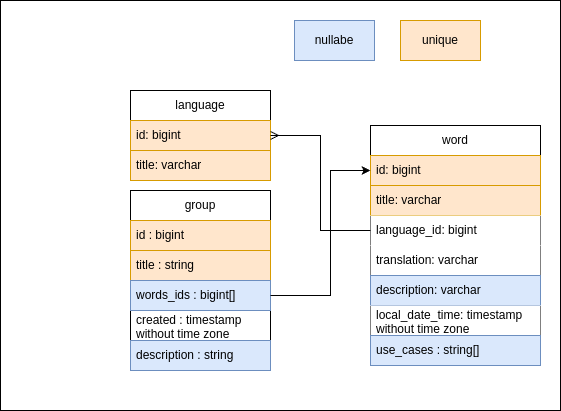
Before: docs/backend/Database_schema.drawio.png, a diagram exported from draw.io (architect-711/words-app). Source tidied: cells renumbered, new cells last; positions are measured from the earlier drawing's top-left corner, leaving out a move shared by most shapes. Its diagram source:
```xml
<mxGraphModel>
  <root>
    <mxCell id="0" />
    <mxCell id="1" parent="0" />
    <mxCell id="2" style="rounded=0;whiteSpace=wrap;html=1;" parent="1" vertex="1">
      <mxGeometry width="560" height="410" as="geometry" />
    </mxCell>
    <mxCell id="3" value="word" style="swimlane;fontStyle=0;horizontal=1;startSize=30;whiteSpace=wrap;html=1;" parent="1" vertex="1">
      <mxGeometry x="370" y="125" width="170" height="240" as="geometry" />
    </mxCell>
    <mxCell id="4" value="id: bigint" style="text;strokeColor=#d79b00;fillColor=#ffe6cc;align=left;verticalAlign=middle;spacingLeft=4;spacingRight=4;overflow=hidden;points=[[0,0.5],[1,0.5]];portConstraint=eastwest;whiteSpace=wrap;html=1;" parent="3" vertex="1">
      <mxGeometry y="30" width="170" height="30" as="geometry" />
    </mxCell>
    <mxCell id="5" value="title: varchar" style="text;strokeColor=#d79b00;fillColor=#ffe6cc;align=left;verticalAlign=middle;spacingLeft=4;spacingRight=4;overflow=hidden;whiteSpace=wrap;html=1;" parent="3" vertex="1">
      <mxGeometry y="60" width="170" height="30" as="geometry" />
    </mxCell>
    <mxCell id="6" value="language_id: bigint&amp;nbsp;" style="text;align=left;verticalAlign=middle;spacingLeft=4;spacingRight=4;overflow=hidden;points=[[0,0.5],[1,0.5]];portConstraint=eastwest;whiteSpace=wrap;html=1;strokeColor=none;fillColor=default;" parent="3" vertex="1">
      <mxGeometry y="90" width="170" height="30" as="geometry" />
    </mxCell>
    <mxCell id="7" value="translation: varchar" style="text;align=left;verticalAlign=middle;spacingLeft=4;spacingRight=4;overflow=hidden;whiteSpace=wrap;html=1;fillColor=default;" parent="3" vertex="1">
      <mxGeometry y="120" width="170" height="30" as="geometry" />
    </mxCell>
    <mxCell id="8" value="description: varchar" style="text;align=left;verticalAlign=middle;spacingLeft=4;spacingRight=4;overflow=hidden;whiteSpace=wrap;html=1;fillColor=#dae8fc;strokeColor=#6c8ebf;" parent="3" vertex="1">
      <mxGeometry y="150" width="170" height="30" as="geometry" />
    </mxCell>
    <mxCell id="9" value="local_date_time: timestamp without time zone" style="text;align=left;verticalAlign=middle;spacingLeft=4;spacingRight=4;overflow=hidden;whiteSpace=wrap;html=1;fillColor=default;" parent="3" vertex="1">
      <mxGeometry y="180" width="170" height="30" as="geometry" />
    </mxCell>
    <mxCell id="10" value="use_cases : string[]" style="text;strokeColor=#6c8ebf;fillColor=#dae8fc;align=left;verticalAlign=middle;spacingLeft=4;spacingRight=4;overflow=hidden;whiteSpace=wrap;html=1;" parent="3" vertex="1">
      <mxGeometry y="210" width="170" height="30" as="geometry" />
    </mxCell>
    <mxCell id="11" value="language" style="swimlane;fontStyle=0;horizontal=1;startSize=30;whiteSpace=wrap;html=1;" parent="1" vertex="1">
      <mxGeometry x="130" y="90" width="140" height="90" as="geometry" />
    </mxCell>
    <mxCell id="12" value="id: bigint&lt;span style=&quot;white-space: pre;&quot;&gt;&#9;&lt;/span&gt;" style="text;strokeColor=#d79b00;fillColor=#ffe6cc;align=left;verticalAlign=middle;spacingLeft=4;spacingRight=4;overflow=hidden;points=[[0,0.5],[1,0.5]];portConstraint=eastwest;whiteSpace=wrap;html=1;" parent="11" vertex="1">
      <mxGeometry y="30" width="140" height="30" as="geometry" />
    </mxCell>
    <mxCell id="13" value="title: varchar" style="text;strokeColor=#d79b00;fillColor=#ffe6cc;align=left;verticalAlign=middle;spacingLeft=4;spacingRight=4;overflow=hidden;whiteSpace=wrap;html=1;" parent="11" vertex="1">
      <mxGeometry y="60" width="140" height="30" as="geometry" />
    </mxCell>
    <mxCell id="14" style="edgeStyle=orthogonalEdgeStyle;rounded=0;jettySize=auto;html=1;entryX=1;entryY=0.5;entryDx=0;entryDy=0;endArrow=ERmany;endFill=0;" parent="1" edge="1" source="6" target="12">
      <mxGeometry relative="1" as="geometry" />
    </mxCell>
    <mxCell id="15" value="unique" style="rounded=0;whiteSpace=wrap;html=1;fillColor=#ffe6cc;strokeColor=#d79b00;" parent="1" vertex="1">
      <mxGeometry x="400" y="20" width="80" height="40" as="geometry" />
    </mxCell>
    <mxCell id="16" value="nullabe" style="rounded=0;whiteSpace=wrap;html=1;fillColor=#dae8fc;strokeColor=#6c8ebf;" parent="1" vertex="1">
      <mxGeometry x="294" y="20" width="80" height="40" as="geometry" />
    </mxCell>
    <mxCell id="17" value="group" style="swimlane;fontStyle=0;horizontal=1;startSize=30;whiteSpace=wrap;html=1;" parent="1" vertex="1">
      <mxGeometry x="130" y="190" width="140" height="180" as="geometry" />
    </mxCell>
    <mxCell id="18" value="id : bigint" style="text;strokeColor=#d79b00;fillColor=#ffe6cc;align=left;verticalAlign=middle;spacingLeft=4;spacingRight=4;overflow=hidden;whiteSpace=wrap;html=1;" parent="17" vertex="1">
      <mxGeometry y="30" width="140" height="30" as="geometry" />
    </mxCell>
    <mxCell id="19" value="title : string" style="text;strokeColor=#d79b00;fillColor=#ffe6cc;align=left;verticalAlign=middle;spacingLeft=4;spacingRight=4;overflow=hidden;whiteSpace=wrap;html=1;" parent="17" vertex="1">
      <mxGeometry y="60" width="140" height="30" as="geometry" />
    </mxCell>
    <mxCell id="20" value="words_ids : bigint[]" style="text;strokeColor=#6c8ebf;fillColor=#dae8fc;align=left;verticalAlign=middle;spacingLeft=4;spacingRight=4;overflow=hidden;points=[[0,0.5],[1,0.5]];portConstraint=eastwest;whiteSpace=wrap;html=1;" parent="17" vertex="1">
      <mxGeometry y="90" width="140" height="30" as="geometry" />
    </mxCell>
    <mxCell id="21" value="created : timestamp without time zone" style="text;strokeColor=none;fillColor=none;align=left;verticalAlign=middle;spacingLeft=4;spacingRight=4;overflow=hidden;whiteSpace=wrap;html=1;" parent="17" vertex="1">
      <mxGeometry y="120" width="140" height="30" as="geometry" />
    </mxCell>
    <mxCell id="22" value="description : string" style="text;strokeColor=#6c8ebf;fillColor=#dae8fc;align=left;verticalAlign=middle;spacingLeft=4;spacingRight=4;overflow=hidden;whiteSpace=wrap;html=1;" parent="17" vertex="1">
      <mxGeometry y="150" width="140" height="30" as="geometry" />
    </mxCell>
    <mxCell id="23" style="edgeStyle=orthogonalEdgeStyle;rounded=0;jettySize=auto;html=1;entryX=0;entryY=0.5;entryDx=0;entryDy=0;" parent="1" edge="1" source="20" target="4">
      <mxGeometry relative="1" as="geometry">
        <Array as="points">
          <mxPoint x="330" y="295" />
          <mxPoint x="330" y="170" />
        </Array>
      </mxGeometry>
    </mxCell>
  </root>
</mxGraphModel>
```
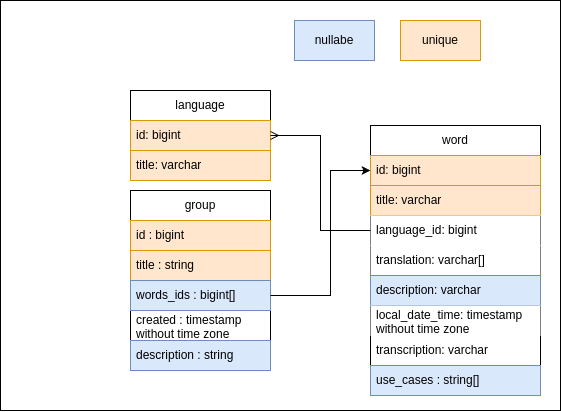
Above is the later version.

Commit message:
docs: redesign schema

Change to the diagram source:
```diff
@@ -6,7 +6,7 @@
       <mxGeometry width="560" height="410" as="geometry" />
     </mxCell>
     <mxCell id="3" value="word" style="swimlane;fontStyle=0;horizontal=1;startSize=30;whiteSpace=wrap;html=1;" parent="1" vertex="1">
-      <mxGeometry x="370" y="125" width="170" height="240" as="geometry" />
+      <mxGeometry x="370" y="125" width="170" height="270" as="geometry" />
     </mxCell>
     <mxCell id="4" value="id: bigint" style="text;strokeColor=#d79b00;fillColor=#ffe6cc;align=left;verticalAlign=middle;spacingLeft=4;spacingRight=4;overflow=hidden;points=[[0,0.5],[1,0.5]];portConstraint=eastwest;whiteSpace=wrap;html=1;" parent="3" vertex="1">
       <mxGeometry y="30" width="170" height="30" as="geometry" />
@@ -17,7 +17,7 @@
     <mxCell id="6" value="language_id: bigint&amp;nbsp;" style="text;align=left;verticalAlign=middle;spacingLeft=4;spacingRight=4;overflow=hidden;points=[[0,0.5],[1,0.5]];portConstraint=eastwest;whiteSpace=wrap;html=1;strokeColor=none;fillColor=default;" parent="3" vertex="1">
       <mxGeometry y="90" width="170" height="30" as="geometry" />
     </mxCell>
-    <mxCell id="7" value="translation: varchar" style="text;align=left;verticalAlign=middle;spacingLeft=4;spacingRight=4;overflow=hidden;whiteSpace=wrap;html=1;fillColor=default;" parent="3" vertex="1">
+    <mxCell id="7" value="translation: varchar[]" style="text;align=left;verticalAlign=middle;spacingLeft=4;spacingRight=4;overflow=hidden;whiteSpace=wrap;html=1;fillColor=default;" parent="3" vertex="1">
       <mxGeometry y="120" width="170" height="30" as="geometry" />
     </mxCell>
     <mxCell id="8" value="description: varchar" style="text;align=left;verticalAlign=middle;spacingLeft=4;spacingRight=4;overflow=hidden;whiteSpace=wrap;html=1;fillColor=#dae8fc;strokeColor=#6c8ebf;" parent="3" vertex="1">
@@ -26,8 +26,11 @@
     <mxCell id="9" value="local_date_time: timestamp without time zone" style="text;align=left;verticalAlign=middle;spacingLeft=4;spacingRight=4;overflow=hidden;whiteSpace=wrap;html=1;fillColor=default;" parent="3" vertex="1">
       <mxGeometry y="180" width="170" height="30" as="geometry" />
     </mxCell>
+    <mxCell id="24" value="transcription: varchar" style="text;strokeColor=none;fillColor=none;align=left;verticalAlign=middle;spacingLeft=4;spacingRight=4;overflow=hidden;whiteSpace=wrap;html=1;" parent="3" vertex="1">
+      <mxGeometry y="210" width="170" height="30" as="geometry" />
+    </mxCell>
     <mxCell id="10" value="use_cases : string[]" style="text;strokeColor=#6c8ebf;fillColor=#dae8fc;align=left;verticalAlign=middle;spacingLeft=4;spacingRight=4;overflow=hidden;whiteSpace=wrap;html=1;" parent="3" vertex="1">
-      <mxGeometry y="210" width="170" height="30" as="geometry" />
+      <mxGeometry y="240" width="170" height="30" as="geometry" />
     </mxCell>
     <mxCell id="11" value="language" style="swimlane;fontStyle=0;horizontal=1;startSize=30;whiteSpace=wrap;html=1;" parent="1" vertex="1">
       <mxGeometry x="130" y="90" width="140" height="90" as="geometry" />
```
